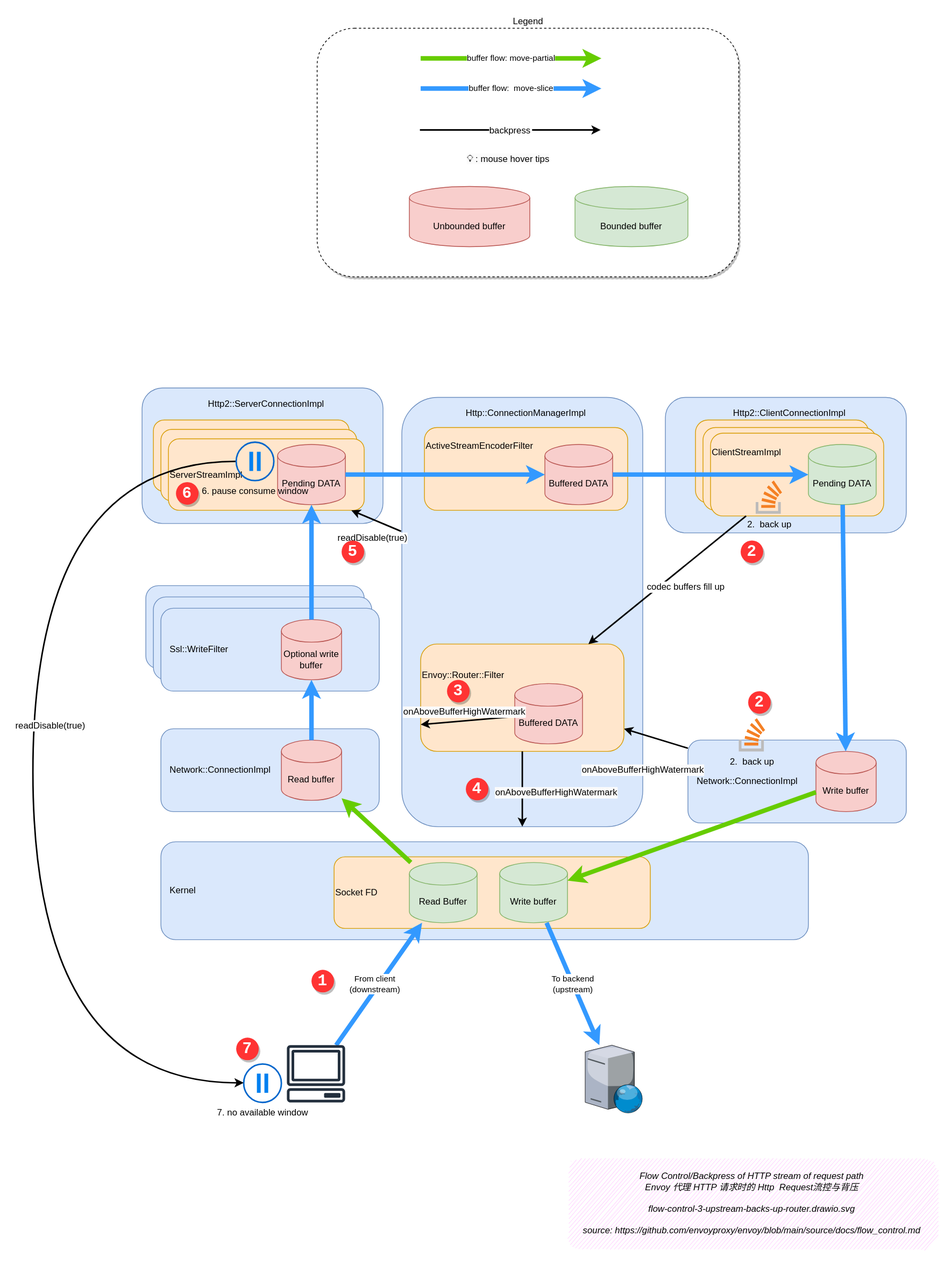
Before: docs/source/ch2-envoy/arch/flow-control/flow-control-3-upstream-backs-up-router.drawio.svg, a diagram exported from draw.io (labilezhu/istio-insider). Source tidied: cells renumbered, new cells last; positions are measured from the earlier drawing's top-left corner, leaving out a move shared by most shapes.
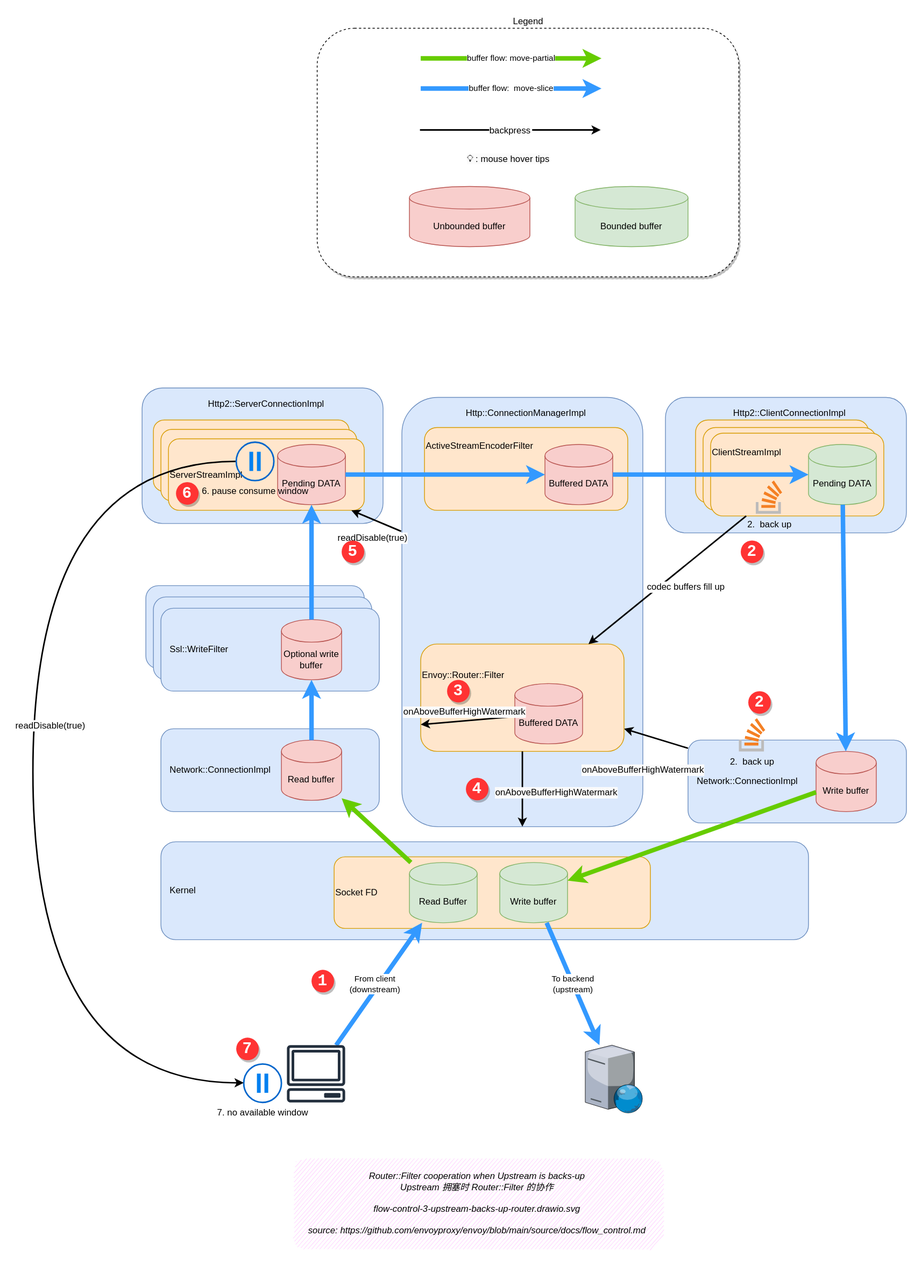
After the commit.

Diff of the diagram source:
```diff
@@ -14,9 +14,9 @@
     <mxCell id="5" value="Ssl::WriteFilter" style="rounded=1;whiteSpace=wrap;html=1;fillColor=#dae8fc;strokeColor=#6c8ebf;align=left;spacingLeft=10;" parent="1" vertex="1">
       <mxGeometry x="160" y="755" width="290" height="110" as="geometry" />
     </mxCell>
-    <object id="6" label="&lt;font style=&quot;&quot;&gt;Flow Control/Backpress of HTTP stream of request path&lt;br&gt;Envoy 代理 HTTP 请求时的 Http&amp;nbsp; Request流控与背压&lt;br&gt;&lt;br&gt;%page%&lt;br&gt;&lt;br&gt;source:&amp;nbsp;&lt;a href=&quot;https://github.com/envoyproxy/envoy/blob/main/source/docs/flow_control.md&quot;&gt;https://github.com/envoyproxy/envoy/blob/main/source/docs/flow_control.md&lt;/a&gt;&lt;br&gt;&lt;/font&gt;" a="b" placeholders="1">
+    <object id="6" label="&lt;font style=&quot;&quot;&gt;Router::Filter cooperation when Upstream is backs-up&lt;br&gt;&amp;nbsp;Upstream 拥塞时 Router::Filter 的协作&lt;br&gt;&lt;br&gt;%page%&lt;br&gt;&lt;br&gt;source:&amp;nbsp;&lt;a href=&quot;https://github.com/envoyproxy/envoy/blob/main/source/docs/flow_control.md&quot;&gt;https://github.com/envoyproxy/envoy/blob/main/source/docs/flow_control.md&lt;/a&gt;&lt;br&gt;&lt;/font&gt;" a="b" placeholders="1">
       <mxCell style="text;html=1;strokeColor=none;fillColor=#FFCCFF;align=center;verticalAlign=middle;whiteSpace=wrap;rounded=1;glass=0;sketch=1;shadow=0;fontStyle=2;fontSize=12;" parent="1" vertex="1">
-        <mxGeometry x="710" y="1500" width="490" height="120" as="geometry" />
+        <mxGeometry x="345" y="1500" width="490" height="120" as="geometry" />
       </mxCell>
     </object>
     <mxCell id="7" value="Kernel" style="rounded=1;whiteSpace=wrap;html=1;fillColor=#dae8fc;strokeColor=#6c8ebf;align=left;spacingLeft=10;" parent="1" vertex="1">
```
